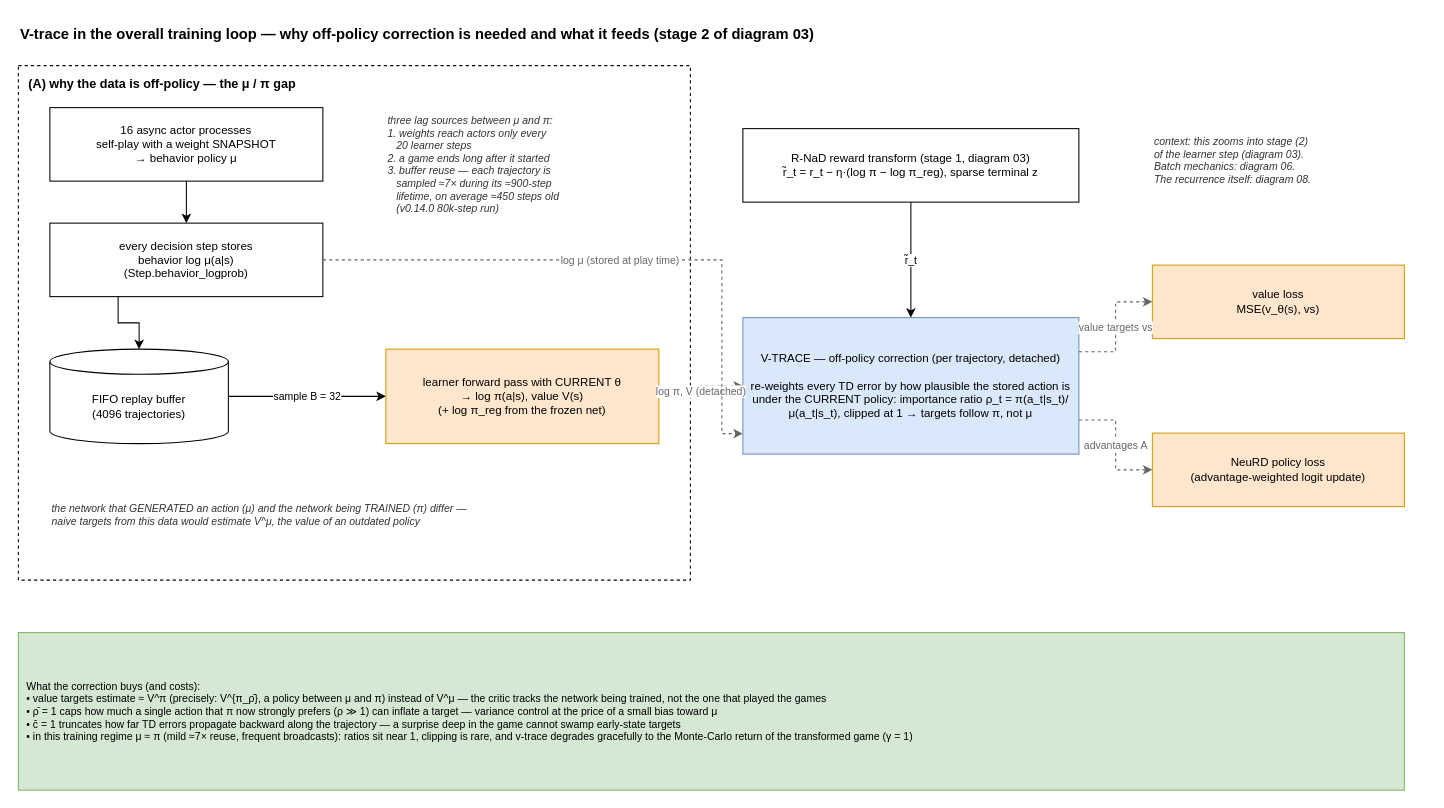
TristanBandat/deepnash-rbc keeps this draw.io diagram as docs/diagrams/07-vtrace-in-context.drawio. Above is the earlier version. Source tidied: cells renumbered, new cells numbered last; positions are measured from the earlier drawing's top-left corner, leaving out a move shared by most shapes. Both pictures are drawn from the tidied source at 105%, with x=0, y=0 at pixel (18, 18).
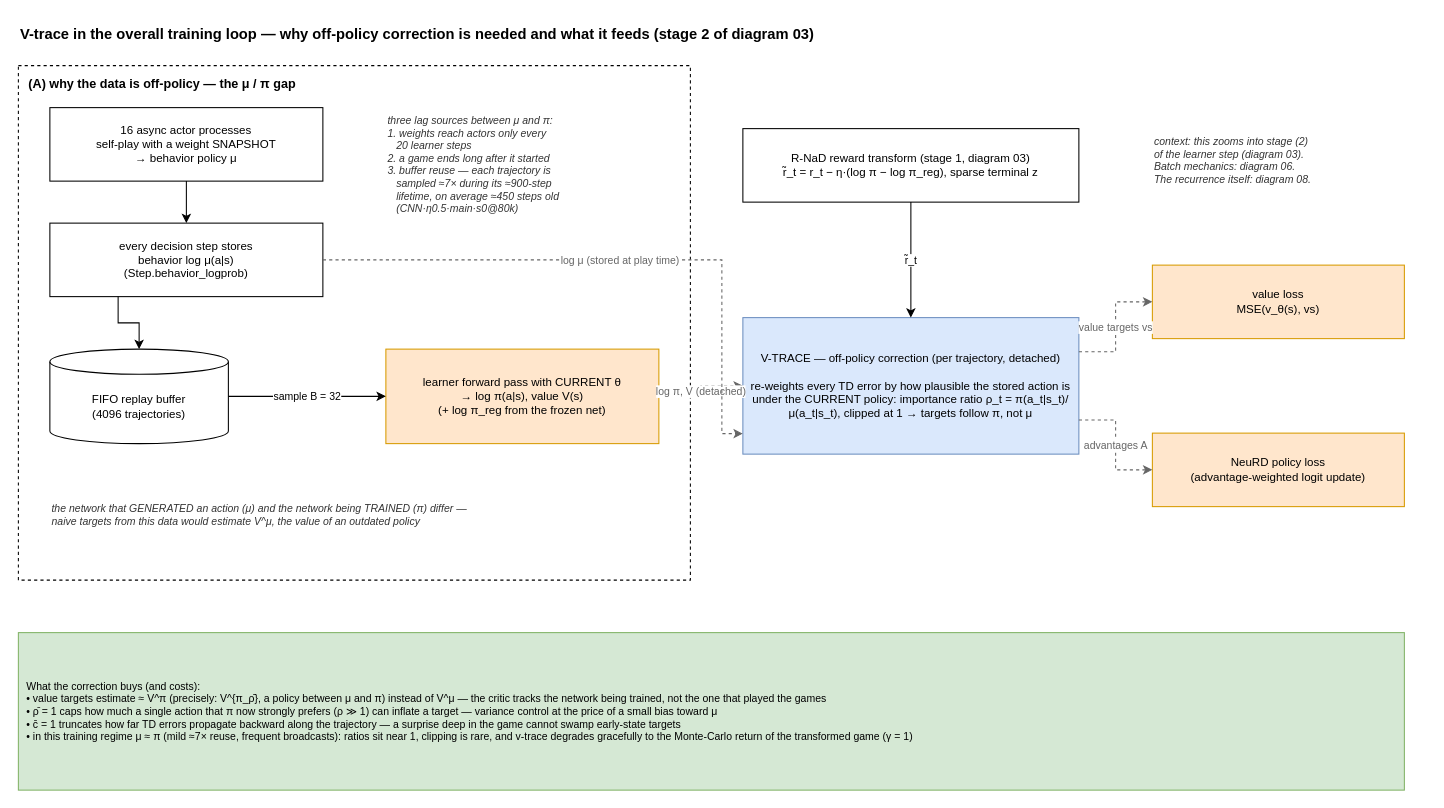
The same diagram, later.

Commit message:
[DOC] Update documentation with new naming convention

The edit, as a diff of the source:
```diff
@@
-    <mxCell id="8" value="three lag sources between μ and π:&lt;br&gt;1. weights reach actors only every&lt;br&gt;&amp;nbsp;&amp;nbsp;&amp;nbsp;20 learner steps&lt;br&gt;2. a game ends long after it started&lt;br&gt;3. buffer reuse — each trajectory is&lt;br&gt;&amp;nbsp;&amp;nbsp;&amp;nbsp;sampled ≈7× during its ≈900-step&lt;br&gt;&amp;nbsp;&amp;nbsp;&amp;nbsp;lifetime, on average ≈450 steps old&lt;br&gt;&amp;nbsp;&amp;nbsp;&amp;nbsp;(v0.14.0 80k-step run)" style="text;html=1;align=left;verticalAlign=top;fontSize=10;fontStyle=2;fontColor=#333333;" parent="1" vertex="1">
+    <mxCell id="8" value="three lag sources between μ and π:&lt;br&gt;1. weights reach actors only every&lt;br&gt;&amp;nbsp;&amp;nbsp;&amp;nbsp;20 learner steps&lt;br&gt;2. a game ends long after it started&lt;br&gt;3. buffer reuse — each trajectory is&lt;br&gt;&amp;nbsp;&amp;nbsp;&amp;nbsp;sampled ≈7× during its ≈900-step&lt;br&gt;&amp;nbsp;&amp;nbsp;&amp;nbsp;lifetime, on average ≈450 steps old&lt;br&gt;&amp;nbsp;&amp;nbsp;&amp;nbsp;(CNN·η0.5·main·s0@80k)" style="text;html=1;align=left;verticalAlign=top;fontSize=10;fontStyle=2;fontColor=#333333;" parent="1" vertex="1">
       <mxGeometry x="350" y="85" width="270" height="190" as="geometry" />
     </mxCell>
```
